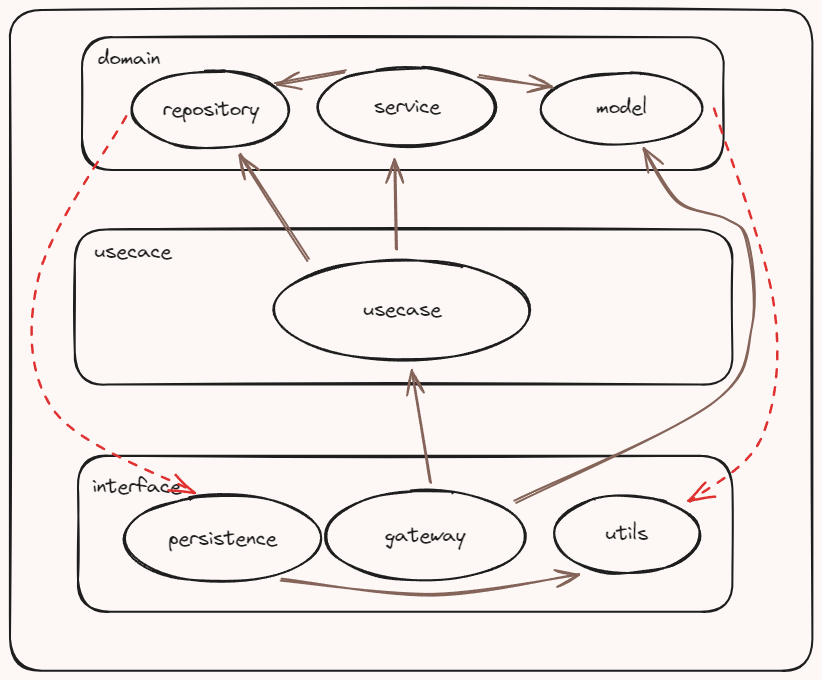
Above: docs/tiktok-structure.png in mutezebra/tiktok (Excalidraw), before the change. Source tidied: one line per element, renumbered; positions are measured from the earlier drawing's top-left corner, leaving out a move shared by most shapes.
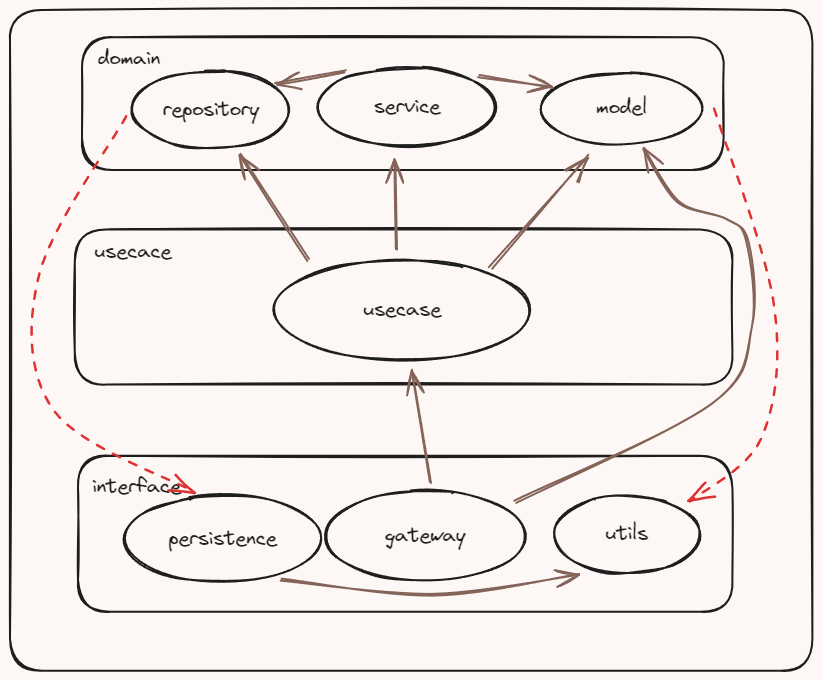
After the commit.

What changed in the source:
```diff
@@ -28,3 +28,4 @@
 {"id": 27, "type": "arrow", "strokeColor": "#e03131", "strokeWidth": 2, "strokeStyle": "dashed", "roughness": 2, "endArrowhead": "arrow", "round": true, "from": 6, "to": 25, "x": 702, "y": 97, "width": 82, "height": 397, "points": [[0, 0], [59, 196], [50, 330], [-22, 397]]}
 {"id": 28, "type": "arrow", "strokeColor": "#846358", "strokeWidth": 2, "roughness": 1, "endArrowhead": "arrow", "round": true, "from": 15, "to": 6, "x": 505, "y": 491, "width": 236, "height": 352, "points": [[0, 0], [197, -98], [236, -174], [233, -259], [210, -282], [162, -299], [129, -352]]}
 {"id": 29, "type": "arrow", "strokeColor": "#846358", "strokeWidth": 2, "roughness": 1, "endArrowhead": "arrow", "round": true, "from": 13, "to": 25, "x": 270, "y": 570, "width": 298, "height": 20, "points": [[0, 0], [152, 15], [298, -5]]}
+{"id": 30, "type": "arrow", "strokeColor": "#846358", "strokeWidth": 2, "roughness": 2, "endArrowhead": "arrow", "round": true, "from": 17, "to": 6, "x": 482, "y": 257, "width": 94, "height": 111, "points": [[0, 0], [94, -111]]}
```
